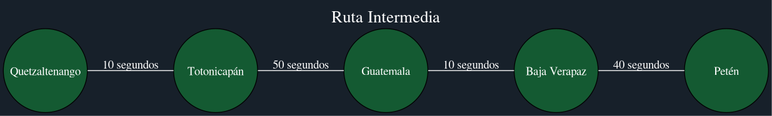
Before: Rapidito/ruta_intermedia.png, a diagram exported from Graphviz (Marco131-xel/Edd_Proyecto2). Its source is kept beside it as Rapidito/ruta_intermedia.dot. The source it was exported from:
```dot
graph Ruta {
  label="Ruta Intermedia";
  labelloc="t";
  fontsize=20;
  fontcolor="white";
  bgcolor="#17202a";
  node [style=filled, fillcolor="#145a32", fontcolor="white", shape=circle, width=1.4, fixedsize=true];
  edge [color="white", fontcolor="white"];
  rankdir="LR";
  "Quetzaltenango";
  "Quetzaltenango";
  "Quetzaltenango" -- "Totonicapán" [label="10 segundos"];
  "Totonicapán";
  "Totonicapán";
  "Totonicapán" -- "Guatemala" [label="50 segundos"];
  "Guatemala";
  "Guatemala";
  "Guatemala" -- "Baja Verapaz" [label="10 segundos"];
  "Baja Verapaz";
  "Baja Verapaz";
  "Baja Verapaz" -- "Petén" [label="40 segundos"];
  "Petén";
}
```
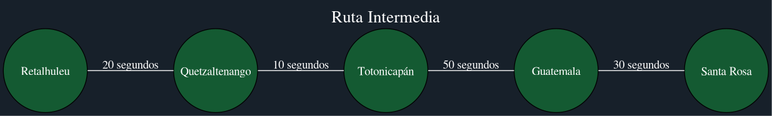
Later version of the same file.

Change to the diagram source:
```diff
@@ -7,6 +7,9 @@
   node [style=filled, fillcolor="#145a32", fontcolor="white", shape=circle, width=1.4, fixedsize=true];
   edge [color="white", fontcolor="white"];
   rankdir="LR";
+  "Retalhuleu";
+  "Retalhuleu";
+  "Retalhuleu" -- "Quetzaltenango" [label="20 segundos"];
   "Quetzaltenango";
   "Quetzaltenango";
   "Quetzaltenango" -- "Totonicapán" [label="10 segundos"];
@@ -15,9 +18,6 @@
   "Totonicapán" -- "Guatemala" [label="50 segundos"];
   "Guatemala";
   "Guatemala";
-  "Guatemala" -- "Baja Verapaz" [label="10 segundos"];
-  "Baja Verapaz";
-  "Baja Verapaz";
-  "Baja Verapaz" -- "Petén" [label="40 segundos"];
-  "Petén";
+  "Guatemala" -- "Santa Rosa" [label="30 segundos"];
+  "Santa Rosa";
 }
```
